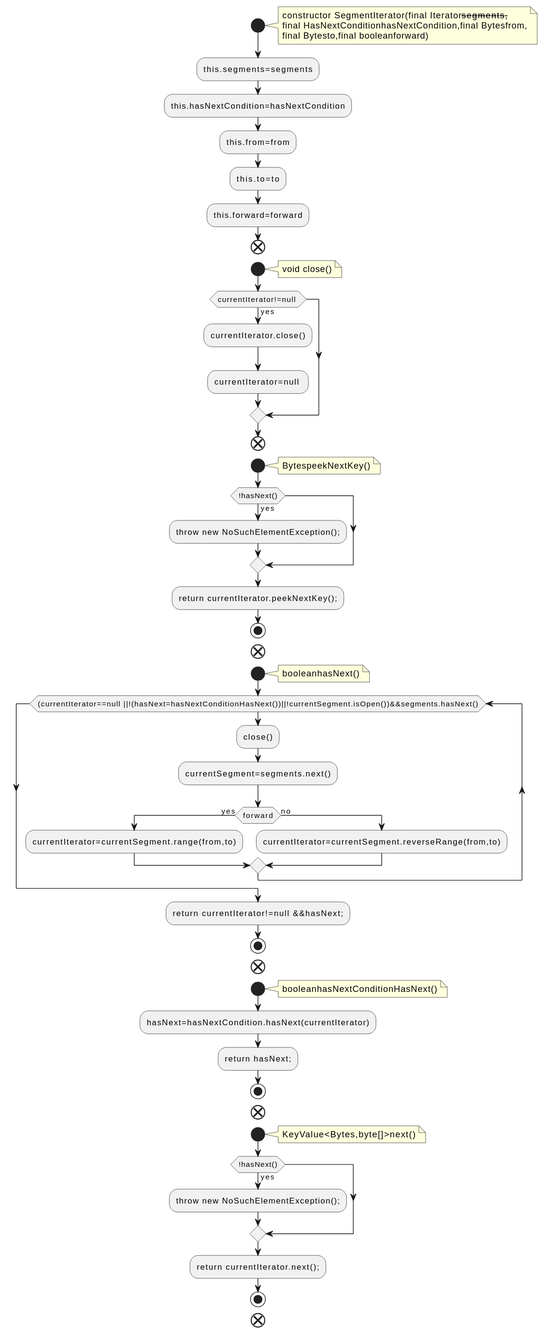
Before: docs/qc/streams/src/main/java/org/apache/kafka/streams/state/internals/SegmentIterator.java.fct.svg, a diagram exported from PlantUML (qualitesys/kafka).
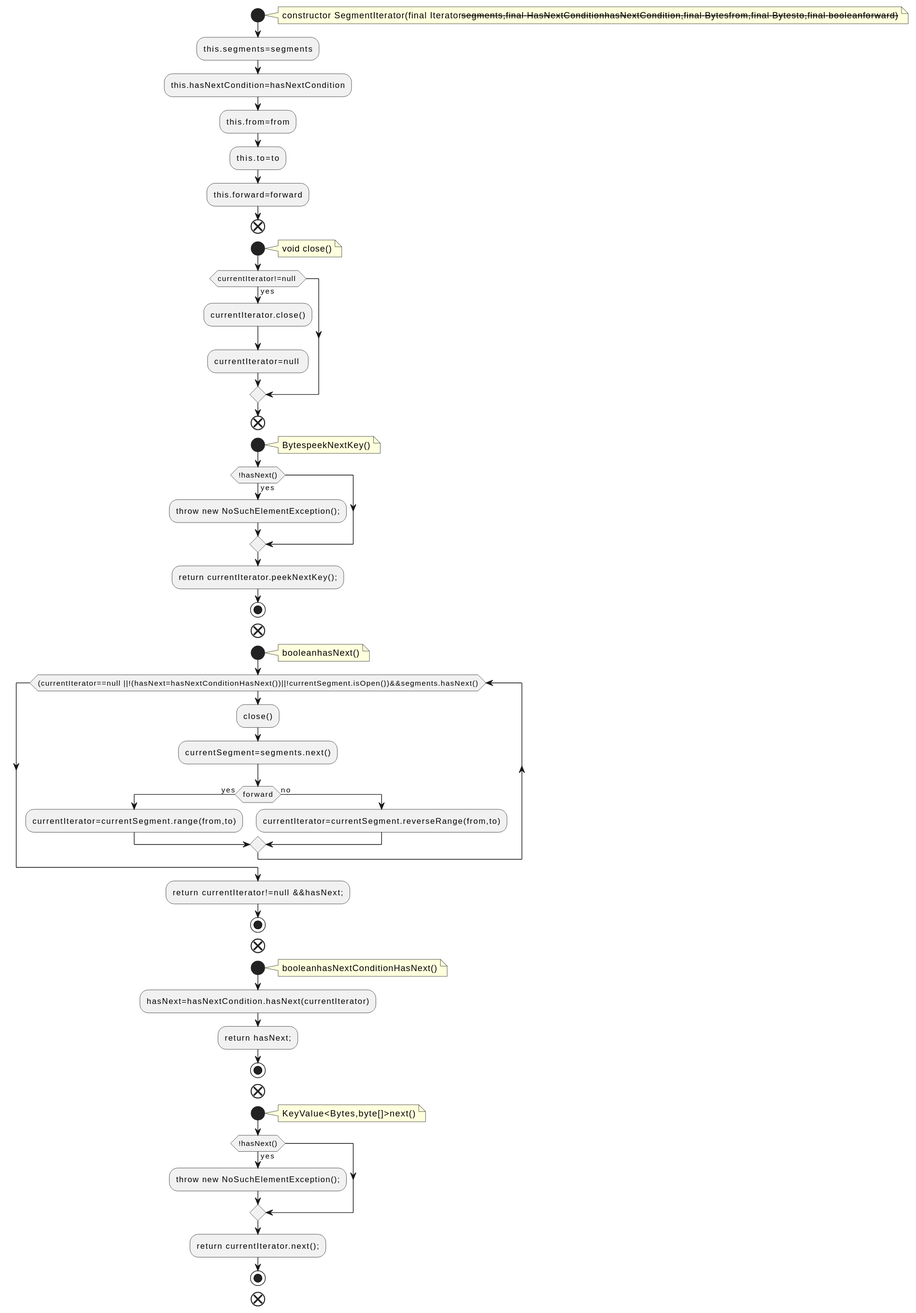
Later version of the same file.

Change to the diagram source:
```diff
@@ -2,9 +2,7 @@
 !pragma layout smetana
 start
 note right
-constructor SegmentIterator(final Iterator<S>segments,
-final HasNextConditionhasNextCondition,final Bytesfrom,
-final Bytesto,final booleanforward)
+constructor SegmentIterator(final Iterator<S>segments,final HasNextConditionhasNextCondition,final Bytesfrom,final Bytesto,final booleanforward)
 end note
 :this.segments=segments;
 :this.hasNextCondition=hasNextCondition;
```
